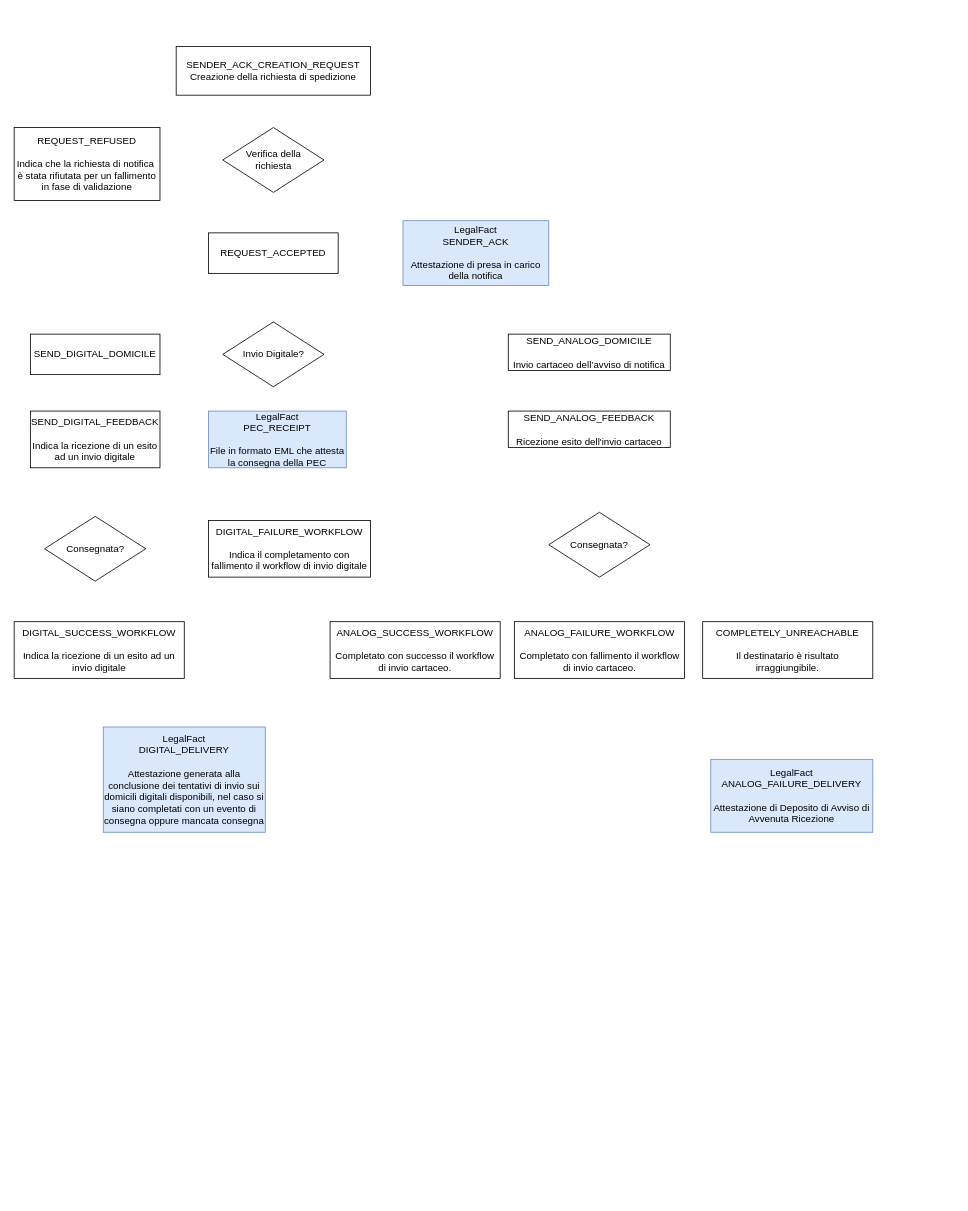
Above: page "Spedizione" (5 of 5) of Easy Notification.drawio in marcogarbujoabaco/drawio (draw.io), before the change. Source tidied: cells renumbered, new cells numbered last; positions are measured from the earlier drawing's top-left corner, leaving out a move shared by most shapes. Both pictures are drawn from the tidied source at 81%, with x=0, y=0 at pixel (14, 46).
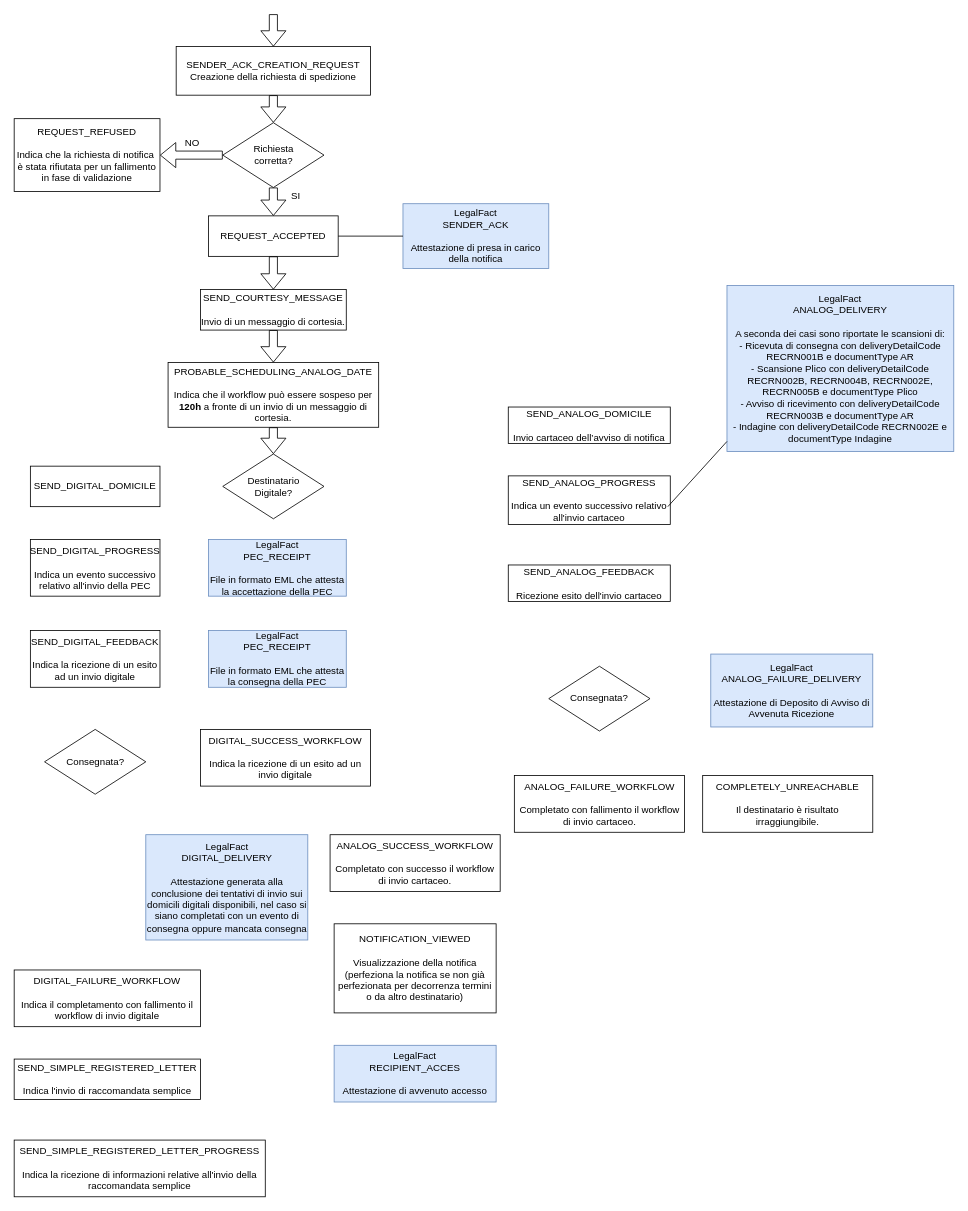
Above is the later version.

Unchanged cells that the change refers to:
```xml
<mxCell id="2" value="SENDER_ACK_CREATION_REQUEST&lt;div&gt;Creazione della richiesta di spedizione&lt;/div&gt;" style="rounded=0;whiteSpace=wrap;html=1;" parent="1" vertex="1">
  <mxGeometry x="200" width="240" height="60" as="geometry" />
</mxCell>
```

Diff of the diagram source:
```diff
@@
-    <mxCell id="3" value="Verifica della&lt;br&gt;richiesta" style="rhombus;whiteSpace=wrap;html=1;" parent="1" vertex="1">
-      <mxGeometry x="257.5" y="100" width="125" height="80" as="geometry" />
+    <mxCell id="3" value="Richiesta&lt;div&gt;corretta?&lt;/div&gt;" style="rhombus;whiteSpace=wrap;html=1;" parent="1" vertex="1">
+      <mxGeometry x="257.5" y="94" width="125" height="80" as="geometry" />
     </mxCell>
     <mxCell id="4" value="REQUEST_REFUSED&lt;div&gt;&lt;br&gt;&lt;div&gt;Indica che la richiesta di notifica&amp;nbsp;&lt;/div&gt;&lt;div&gt;è stata rifiutata per un fallimento in fase di validazione&lt;/div&gt;&lt;/div&gt;" style="rounded=0;whiteSpace=wrap;html=1;" parent="1" vertex="1">
-      <mxGeometry y="100" width="180" height="90" as="geometry" />
+      <mxGeometry y="89" width="180" height="90" as="geometry" />
     </mxCell>
     <mxCell id="5" value="REQUEST_ACCEPTED" style="rounded=0;whiteSpace=wrap;html=1;" parent="1" vertex="1">
-      <mxGeometry x="240" y="230" width="160" height="50" as="geometry" />
+      <mxGeometry x="240" y="209" width="160" height="50" as="geometry" />
     </mxCell>
     <mxCell id="6" value="LegalFact&lt;div&gt;SENDER_ACK&lt;br&gt;&lt;div&gt;&lt;br&gt;&lt;div&gt;Attestazione di presa in carico della notifica&lt;/div&gt;&lt;/div&gt;&lt;/div&gt;" style="rounded=0;whiteSpace=wrap;html=1;fillColor=#dae8fc;strokeColor=#6c8ebf;" parent="1" vertex="1">
-      <mxGeometry x="480" y="215" width="180" height="80" as="geometry" />
+      <mxGeometry x="480" y="194" width="180" height="80" as="geometry" />
     </mxCell>
-    <mxCell id="7" value="Invio Digitale?" style="rhombus;whiteSpace=wrap;html=1;" parent="1" vertex="1">
-      <mxGeometry x="257.5" y="340" width="125" height="80" as="geometry" />
+    <mxCell id="7" value="Destinatario&lt;div&gt;Digitale?&lt;/div&gt;" style="rhombus;whiteSpace=wrap;html=1;" parent="1" vertex="1">
+      <mxGeometry x="257.5" y="503" width="125" height="80" as="geometry" />
     </mxCell>
     <mxCell id="8" value="SEND_DIGITAL_DOMICILE" style="rounded=0;whiteSpace=wrap;html=1;" parent="1" vertex="1">
-      <mxGeometry x="20" y="355" width="160" height="50" as="geometry" />
+      <mxGeometry x="20" y="518" width="160" height="50" as="geometry" />
     </mxCell>
     <mxCell id="9" value="SEND_DIGITAL_FEEDBACK&lt;div&gt;&lt;br&gt;&lt;/div&gt;&lt;div&gt;Indica la ricezione di un esito ad un invio digitale&lt;/div&gt;" style="rounded=0;whiteSpace=wrap;html=1;" parent="1" vertex="1">
-      <mxGeometry x="20" y="450" width="160" height="70" as="geometry" />
+      <mxGeometry x="20" y="721" width="160" height="70" as="geometry" />
     </mxCell>
     <mxCell id="10" value="LegalFact&lt;div&gt;&lt;div&gt;PEC_RECEIPT&lt;/div&gt;&lt;div&gt;&lt;br&gt;&lt;/div&gt;&lt;div&gt;File in formato EML che attesta la consegna della PEC&lt;/div&gt;&lt;/div&gt;" style="rounded=0;whiteSpace=wrap;html=1;fillColor=#dae8fc;strokeColor=#6c8ebf;" parent="1" vertex="1">
-      <mxGeometry x="240" y="450" width="170" height="70" as="geometry" />
+      <mxGeometry x="240" y="721" width="170" height="70" as="geometry" />
     </mxCell>
     <mxCell id="11" value="Consegnata?" style="rhombus;whiteSpace=wrap;html=1;" parent="1" vertex="1">
-      <mxGeometry x="37.5" y="580" width="125" height="80" as="geometry" />
+      <mxGeometry x="37.5" y="843" width="125" height="80" as="geometry" />
     </mxCell>
     <mxCell id="12" value="DIGITAL_SUCCESS_WORKFLOW&lt;div&gt;&lt;br&gt;&lt;/div&gt;&lt;div&gt;Indica la ricezione di un esito ad un invio digitale&lt;/div&gt;" style="rounded=0;whiteSpace=wrap;html=1;" parent="1" vertex="1">
-      <mxGeometry y="710" width="210" height="70" as="geometry" />
+      <mxGeometry x="230" y="843" width="210" height="70" as="geometry" />
     </mxCell>
     <mxCell id="13" value="LegalFact&lt;div&gt;&lt;div&gt;DIGITAL_DELIVERY&lt;/div&gt;&lt;div&gt;&lt;br&gt;&lt;/div&gt;&lt;div&gt;Attestazione generata alla conclusione dei tentativi di invio sui domicili digitali disponibili, nel caso si siano completati con un evento di consegna oppure mancata consegna&lt;/div&gt;&lt;/div&gt;" style="rounded=0;whiteSpace=wrap;html=1;fillColor=#dae8fc;strokeColor=#6c8ebf;" parent="1" vertex="1">
-      <mxGeometry x="110" y="840" width="200" height="130" as="geometry" />
+      <mxGeometry x="162.5" y="973" width="200" height="130" as="geometry" />
     </mxCell>
     <mxCell id="14" value="DIGITAL_FAILURE_WORKFLOW&lt;div&gt;&lt;br&gt;&lt;/div&gt;&lt;div&gt;Indica il completamento con fallimento il workflow di invio digitale&lt;/div&gt;" style="rounded=0;whiteSpace=wrap;html=1;" parent="1" vertex="1">
-      <mxGeometry x="240" y="585" width="200" height="70" as="geometry" />
+      <mxGeometry y="1140" width="230" height="70" as="geometry" />
     </mxCell>
     <mxCell id="15" value="SEND_ANALOG_DOMICILE&lt;div&gt;&lt;br&gt;&lt;/div&gt;&lt;div&gt;Invio cartaceo dell’avviso di notifica&lt;/div&gt;" style="rounded=0;whiteSpace=wrap;html=1;" parent="1" vertex="1">
-      <mxGeometry x="610" y="355" width="200" height="45" as="geometry" />
+      <mxGeometry x="610" y="445" width="200" height="45" as="geometry" />
     </mxCell>
     <mxCell id="16" value="SEND_ANALOG_FEEDBACK&lt;div&gt;&lt;br&gt;&lt;/div&gt;&lt;div&gt;Ricezione esito dell'invio cartaceo&lt;/div&gt;" style="rounded=0;whiteSpace=wrap;html=1;" parent="1" vertex="1">
-      <mxGeometry x="610" y="450" width="200" height="45" as="geometry" />
+      <mxGeometry x="610" y="640" width="200" height="45" as="geometry" />
     </mxCell>
     <mxCell id="17" value="Consegnata?" style="rhombus;whiteSpace=wrap;html=1;" parent="1" vertex="1">
-      <mxGeometry x="660" y="575" width="125" height="80" as="geometry" />
+      <mxGeometry x="660" y="765" width="125" height="80" as="geometry" />
     </mxCell>
     <mxCell id="18" value="ANALOG_SUCCESS_WORKFLOW&lt;div&gt;&lt;br&gt;&lt;/div&gt;&lt;div&gt;Completato con successo il workflow di invio cartaceo.&lt;/div&gt;" style="rounded=0;whiteSpace=wrap;html=1;" parent="1" vertex="1">
-      <mxGeometry x="390" y="710" width="210" height="70" as="geometry" />
+      <mxGeometry x="390" y="973" width="210" height="70" as="geometry" />
     </mxCell>
     <mxCell id="19" value="ANALOG_FAILURE_WORKFLOW&lt;div&gt;&lt;br&gt;&lt;/div&gt;&lt;div&gt;Completato con fallimento il workflow di invio cartaceo.&lt;/div&gt;" style="rounded=0;whiteSpace=wrap;html=1;" parent="1" vertex="1">
-      <mxGeometry x="617.5" y="710" width="210" height="70" as="geometry" />
+      <mxGeometry x="617.5" y="900" width="210" height="70" as="geometry" />
     </mxCell>
     <mxCell id="20" value="COMPLETELY_UNREACHABLE&lt;div&gt;&lt;br&gt;&lt;/div&gt;&lt;div&gt;Il destinatario è risultato irraggiungibile.&lt;/div&gt;" style="rounded=0;whiteSpace=wrap;html=1;" parent="1" vertex="1">
-      <mxGeometry x="850" y="710" width="210" height="70" as="geometry" />
+      <mxGeometry x="850" y="900" width="210" height="70" as="geometry" />
     </mxCell>
     <mxCell id="21" value="LegalFact&lt;div&gt;ANALOG_FAILURE_DELIVERY&lt;/div&gt;&lt;div&gt;&lt;br&gt;&lt;/div&gt;&lt;div&gt;Attestazione di Deposito di Avviso di Avvenuta Ricezione&lt;/div&gt;" style="rounded=0;whiteSpace=wrap;html=1;fillColor=#dae8fc;strokeColor=#6c8ebf;" parent="1" vertex="1">
-      <mxGeometry x="860" y="880" width="200" height="90" as="geometry" />
+      <mxGeometry x="860" y="750" width="200" height="90" as="geometry" />
     </mxCell>
+    <mxCell id="22" value="NOTIFICATION_VIEWED&lt;div&gt;&lt;br&gt;&lt;/div&gt;&lt;div&gt;Visualizzazione della notifica (perfeziona la notifica se non già perfezionata per decorrenza termini o da altro destinatario)&lt;/div&gt;" style="rounded=0;whiteSpace=wrap;html=1;" parent="1" vertex="1">
+      <mxGeometry x="395" y="1083" width="200" height="110" as="geometry" />
+    </mxCell>
+    <mxCell id="23" value="LegalFact&lt;div&gt;&lt;div&gt;RECIPIENT_ACCES&lt;/div&gt;&lt;div&gt;&lt;br&gt;&lt;/div&gt;&lt;div&gt;Attestazione di avvenuto accesso&lt;/div&gt;&lt;/div&gt;" style="rounded=0;whiteSpace=wrap;html=1;fillColor=#dae8fc;strokeColor=#6c8ebf;" parent="1" vertex="1">
+      <mxGeometry x="395" y="1233" width="200" height="70" as="geometry" />
+    </mxCell>
+    <mxCell id="24" value="SEND_DIGITAL_PROGRESS&lt;div&gt;&lt;br&gt;&lt;/div&gt;&lt;div&gt;Indica un evento successivo relativo all'invio della PEC&lt;/div&gt;" style="rounded=0;whiteSpace=wrap;html=1;" parent="1" vertex="1">
+      <mxGeometry x="20" y="608.5" width="160" height="70" as="geometry" />
+    </mxCell>
+    <mxCell id="25" value="LegalFact&lt;div&gt;&lt;div&gt;PEC_RECEIPT&lt;/div&gt;&lt;div&gt;&lt;br&gt;&lt;/div&gt;&lt;div&gt;File in formato EML che attesta la accettazione della PEC&lt;/div&gt;&lt;/div&gt;" style="rounded=0;whiteSpace=wrap;html=1;fillColor=#dae8fc;strokeColor=#6c8ebf;" parent="1" vertex="1">
+      <mxGeometry x="240" y="608.5" width="170" height="70" as="geometry" />
+    </mxCell>
+    <mxCell id="26" value="SEND_ANALOG_PROGRESS&lt;div&gt;&lt;br&gt;&lt;/div&gt;&lt;div&gt;Indica un evento successivo relativo all'invio cartaceo&lt;/div&gt;" style="rounded=0;whiteSpace=wrap;html=1;" parent="1" vertex="1">
+      <mxGeometry x="610" y="530" width="200" height="60" as="geometry" />
+    </mxCell>
+    <mxCell id="27" value="LegalFact&lt;div&gt;ANALOG_DELIVERY&lt;/div&gt;&lt;div&gt;&lt;br&gt;&lt;/div&gt;&lt;div&gt;&lt;div&gt;A seconda dei casi sono riportate le scansioni di:&lt;/div&gt;&lt;div&gt;- Ricevuta di consegna con deliveryDetailCode RECRN001B e documentType AR&lt;/div&gt;&lt;div&gt;- Scansione Plico con deliveryDetailCode RECRN002B, RECRN004B, RECRN002E, RECRN005B e documentType Plico&lt;/div&gt;&lt;div&gt;- Avviso di ricevimento con deliveryDetailCode RECRN003B e documentType AR&lt;/div&gt;&lt;div&gt;- Indagine con deliveryDetailCode RECRN002E e documentType Indagine&lt;/div&gt;&lt;/div&gt;" style="rounded=0;whiteSpace=wrap;html=1;fillColor=#dae8fc;strokeColor=#6c8ebf;" parent="1" vertex="1">
+      <mxGeometry x="880" y="295" width="280" height="205" as="geometry" />
+    </mxCell>
+    <mxCell id="28" style="endArrow=none;html=1;rounded=0;entryX=0;entryY=0.5;entryDx=0;entryDy=0;exitX=0.985;exitY=0.633;exitDx=0;exitDy=0;exitPerimeter=0;" parent="1" edge="1" source="26">
+      <mxGeometry relative="1" as="geometry">
+        <mxPoint x="880" y="487.5" as="targetPoint" />
+      </mxGeometry>
+    </mxCell>
+    <mxCell id="29" value="SEND_SIMPLE_REGISTERED_LETTER&lt;div&gt;&lt;br&gt;&lt;/div&gt;&lt;div&gt;Indica l'invio di raccomandata semplice&lt;/div&gt;" style="rounded=0;whiteSpace=wrap;html=1;" parent="1" vertex="1">
+      <mxGeometry y="1250" width="230" height="50" as="geometry" />
+    </mxCell>
+    <mxCell id="30" value="SEND_SIMPLE_REGISTERED_LETTER_PROGRESS&lt;div&gt;&lt;br&gt;&lt;/div&gt;&lt;div&gt;Indica la ricezione di informazioni relative all'invio della raccomandata semplice&lt;/div&gt;" style="rounded=0;whiteSpace=wrap;html=1;" parent="1" vertex="1">
+      <mxGeometry y="1350" width="310" height="70" as="geometry" />
+    </mxCell>
+    <mxCell id="31" value="SEND_COURTESY_MESSAGE&lt;div&gt;&lt;br&gt;&lt;/div&gt;&lt;div&gt;Invio di un messaggio di cortesia.&lt;/div&gt;" style="rounded=0;whiteSpace=wrap;html=1;" parent="1" vertex="1">
+      <mxGeometry x="230" y="300" width="180" height="50" as="geometry" />
+    </mxCell>
+    <mxCell id="32" value="PROBABLE_SCHEDULING_ANALOG_DATE&lt;div&gt;&lt;br&gt;&lt;/div&gt;&lt;div&gt;Indica che il workflow può essere sospeso per &lt;b&gt;120h &lt;/b&gt;a fronte di un invio di un messaggio di cortesia.&lt;/div&gt;" style="rounded=0;whiteSpace=wrap;html=1;" parent="1" vertex="1">
+      <mxGeometry x="190" y="390" width="260" height="80" as="geometry" />
+    </mxCell>
+    <mxCell id="33" style="shape=flexArrow;endArrow=classic;html=1;rounded=0;entryX=0.5;entryY=0;entryDx=0;entryDy=0;" parent="1" edge="1" target="2">
+      <mxGeometry relative="1" as="geometry">
+        <mxPoint x="320" y="-40" as="sourcePoint" />
+      </mxGeometry>
+    </mxCell>
+    <mxCell id="34" style="shape=flexArrow;endArrow=classic;html=1;rounded=0;entryX=0.5;entryY=0;entryDx=0;entryDy=0;" parent="1" edge="1" source="2" target="3">
+      <mxGeometry relative="1" as="geometry" />
+    </mxCell>
+    <mxCell id="35" style="shape=flexArrow;endArrow=classic;html=1;rounded=0;entryX=1;entryY=0.5;entryDx=0;entryDy=0;exitX=0;exitY=0.5;exitDx=0;exitDy=0;" parent="1" edge="1" source="3" target="4">
+      <mxGeometry relative="1" as="geometry" />
+    </mxCell>
+    <mxCell id="36" value="NO" style="text;html=1;align=center;verticalAlign=middle;whiteSpace=wrap;rounded=0;" parent="1" vertex="1">
+      <mxGeometry x="190" y="104" width="60" height="30" as="geometry" />
+    </mxCell>
+    <mxCell id="37" style="shape=flexArrow;endArrow=classic;html=1;rounded=0;entryX=0.5;entryY=0;entryDx=0;entryDy=0;exitX=0.5;exitY=1;exitDx=0;exitDy=0;" parent="1" edge="1" source="3" target="5">
+      <mxGeometry relative="1" as="geometry" />
+    </mxCell>
+    <mxCell id="38" value="SI" style="text;html=1;align=center;verticalAlign=middle;whiteSpace=wrap;rounded=0;" parent="1" vertex="1">
+      <mxGeometry x="318" y="170" width="60" height="30" as="geometry" />
+    </mxCell>
+    <mxCell id="39" style="endArrow=none;html=1;rounded=0;entryX=0;entryY=0.5;entryDx=0;entryDy=0;exitX=1;exitY=0.5;exitDx=0;exitDy=0;" parent="1" edge="1" source="5" target="6">
+      <mxGeometry relative="1" as="geometry" />
+    </mxCell>
+    <mxCell id="40" style="shape=flexArrow;endArrow=classic;html=1;rounded=0;entryX=0.5;entryY=0;entryDx=0;entryDy=0;exitX=0.5;exitY=1;exitDx=0;exitDy=0;" parent="1" edge="1" source="5" target="31">
+      <mxGeometry relative="1" as="geometry" />
+    </mxCell>
+    <mxCell id="41" style="shape=flexArrow;endArrow=classic;html=1;rounded=0;entryX=0.5;entryY=0;entryDx=0;entryDy=0;exitX=0.5;exitY=1;exitDx=0;exitDy=0;" parent="1" edge="1" source="31" target="32">
+      <mxGeometry relative="1" as="geometry" />
+    </mxCell>
+    <mxCell id="42" style="shape=flexArrow;endArrow=classic;html=1;rounded=0;entryX=0.5;entryY=0;entryDx=0;entryDy=0;exitX=0.5;exitY=1;exitDx=0;exitDy=0;" parent="1" edge="1" source="32" target="7">
+      <mxGeometry relative="1" as="geometry" />
+    </mxCell>
```
